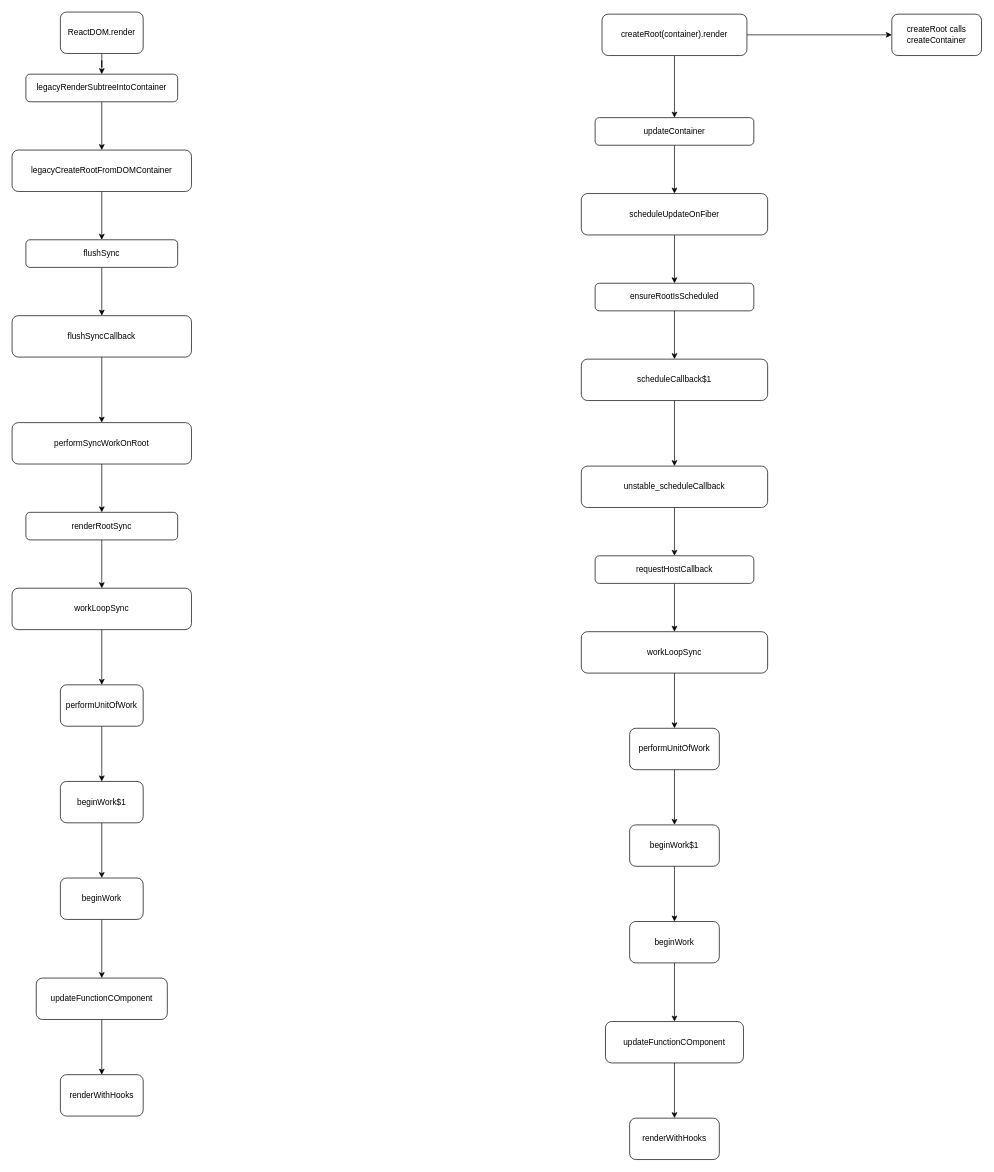
The draw.io diagram React Internals.drawio in rashidtvmr/react, before the edit. Source tidied: cells renumbered, new cells numbered last; positions are measured from the earlier drawing's top-left corner, leaving out a move shared by most shapes. Both pictures are drawn from the tidied source at 69%, with x=0, y=0 at pixel (12, 12).
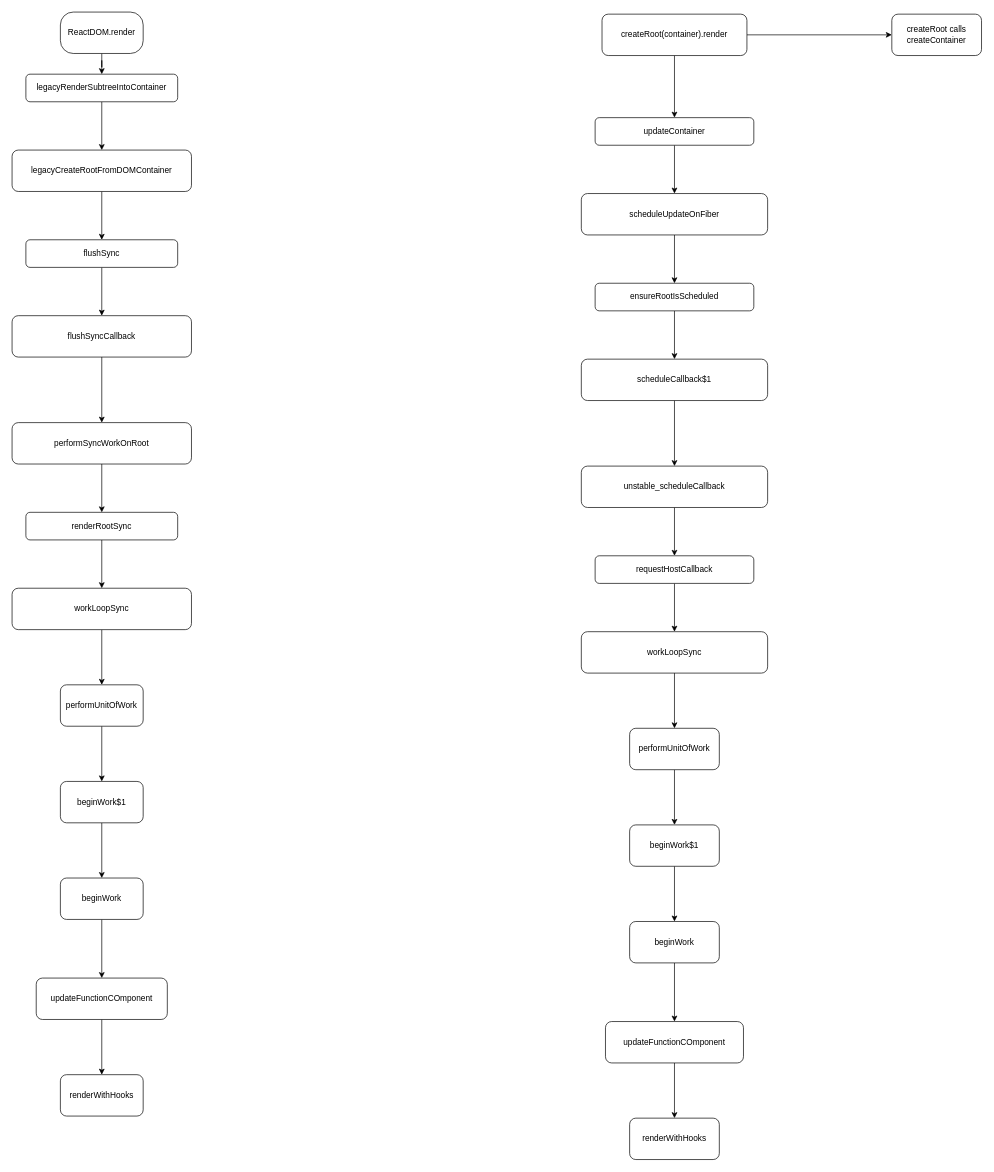
Above is the later version.

The edit, as a diff of the source:
```diff
@@
-    <mxCell id="3" value="ReactDOM.render" style="rounded=1;whiteSpace=wrap;html=1;" parent="1" vertex="1">
+    <mxCell id="3" value="ReactDOM.render" style="rounded=1;whiteSpace=wrap;html=1;arcSize=31;" parent="1" vertex="1">
       <mxGeometry x="70" width="120" height="60" as="geometry" />
     </mxCell>
```
